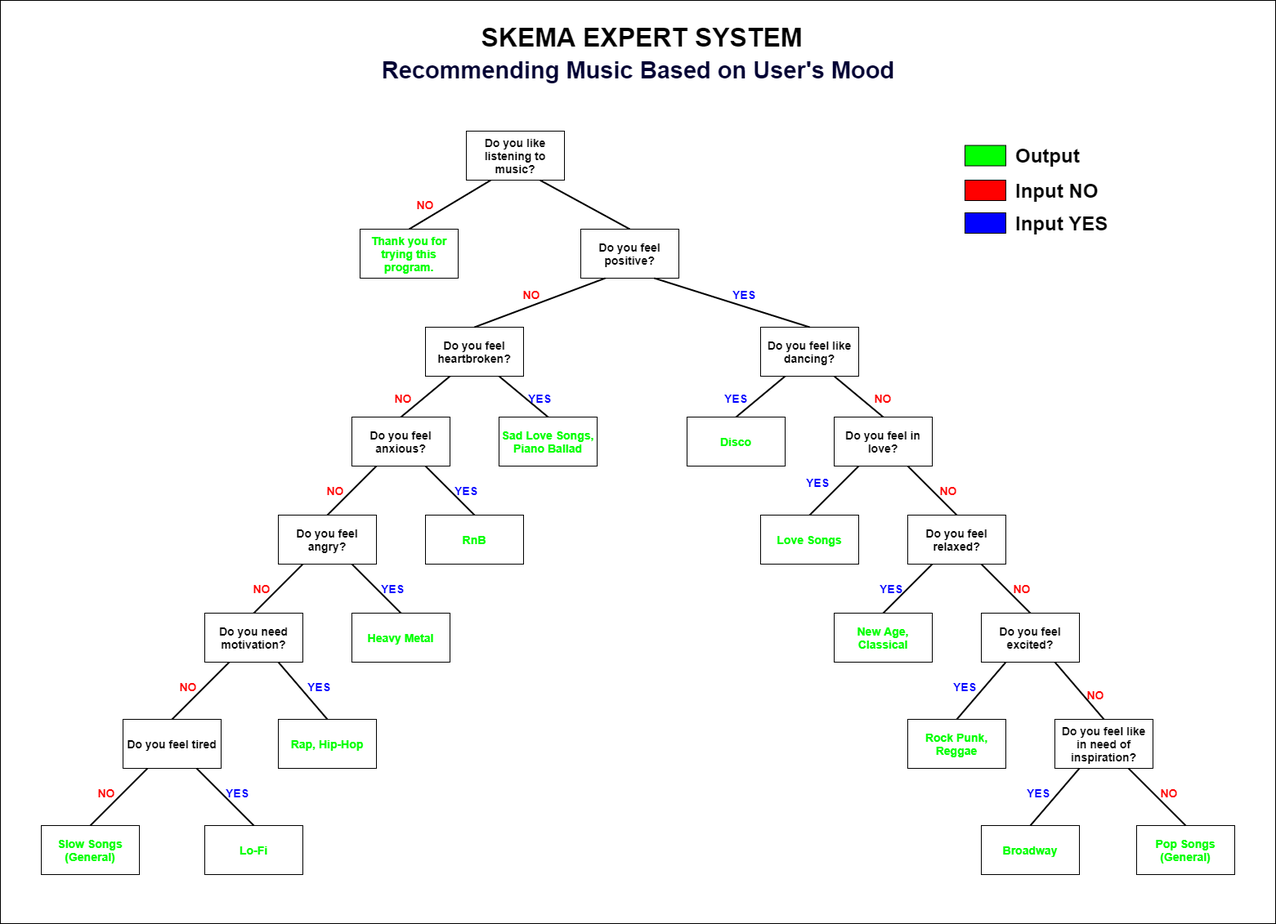
This is skema.png from mluthfit/sistem-pakar-ai, a draw.io export, as it was before one commit. Source tidied: cells renumbered, new cells last; positions are measured from the earlier drawing's top-left corner, leaving out a move shared by most shapes.
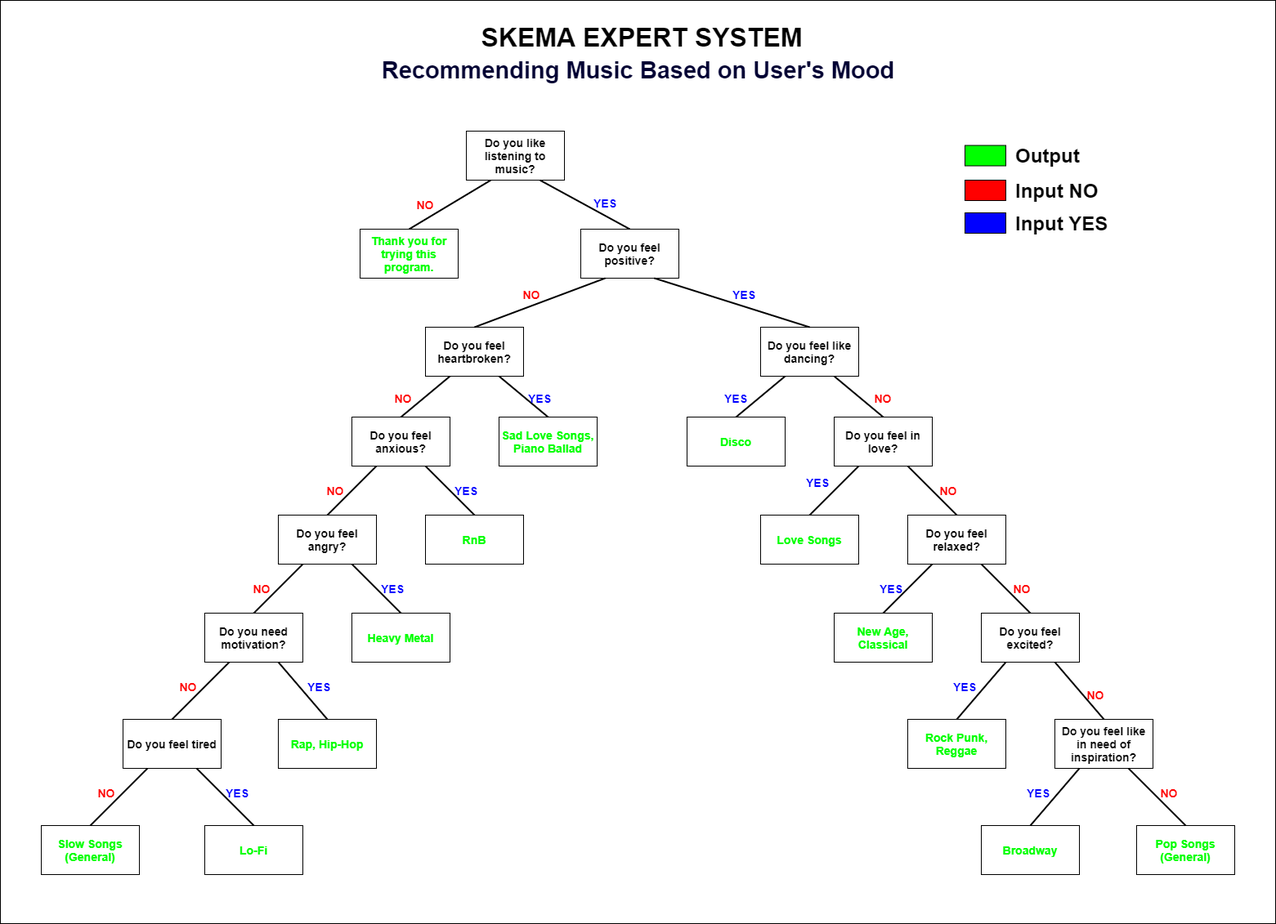
Above is the later version.

Diff of the diagram source:
```diff
@@ -245,5 +245,8 @@
     <mxCell id="82" style="rounded=0;whiteSpace=wrap;html=1;strokeColor=#000000;fillColor=#0000FF;" parent="1" vertex="1">
       <mxGeometry x="1180" y="260" width="50" height="25" as="geometry" />
     </mxCell>
+    <mxCell id="83" value="&lt;font style=&quot;font-size: 14px&quot; color=&quot;#0000ff&quot;&gt;&lt;b&gt;YES&lt;/b&gt;&lt;/font&gt;" style="text;html=1;strokeColor=none;fillColor=none;align=center;verticalAlign=middle;whiteSpace=wrap;rounded=0;" parent="1" vertex="1">
+      <mxGeometry x="720" y="237.5" width="40" height="20" as="geometry" />
+    </mxCell>
   </root>
 </mxGraphModel>
```
